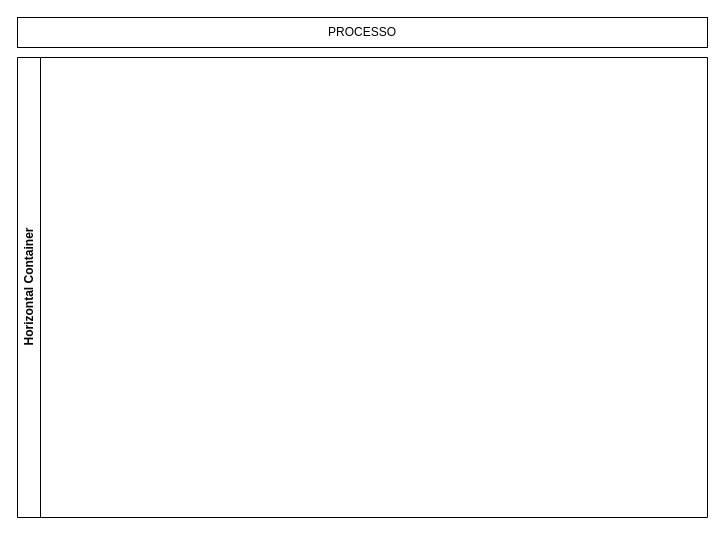
The draw.io diagram template.drawio in Karennc0/XMOBOTS, before the edit. Source tidied: cells renumbered, new cells numbered last; positions are measured from the earlier drawing's top-left corner, leaving out a move shared by most shapes. Both pictures are drawn from the tidied source at 100%, with x=0, y=0 at pixel (17, 17).
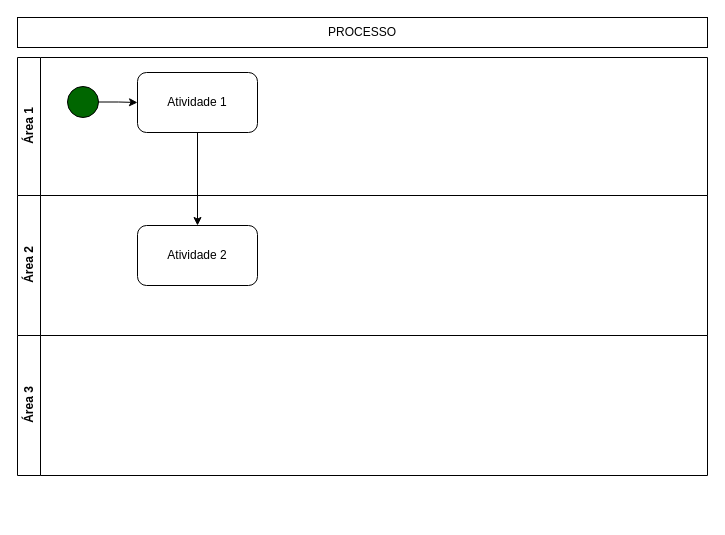
After the change.

The edit, as a diff of the source:
```diff
@@
 <mxGraphModel>
   <root>
     <mxCell id="0" />
     <mxCell id="1" parent="0" />
-    <mxCell id="2" value="Horizontal Container" style="swimlane;horizontal=0;whiteSpace=wrap;html=1;" parent="1" vertex="1">
-      <mxGeometry y="40" width="690" height="460" as="geometry" />
+    <mxCell id="2" value="Área 1" style="swimlane;horizontal=0;whiteSpace=wrap;html=1;" parent="1" vertex="1">
+      <mxGeometry y="40" width="690" height="138" as="geometry" />
     </mxCell>
+    <mxCell id="4" style="edgeStyle=orthogonalEdgeStyle;rounded=0;jettySize=auto;html=1;entryX=0;entryY=0.5;entryDx=0;entryDy=0;" parent="2" edge="1" source="5" target="6">
+      <mxGeometry relative="1" as="geometry" />
+    </mxCell>
+    <mxCell id="5" style="ellipse;whiteSpace=wrap;html=1;fillColor=#006600;" parent="2" vertex="1">
+      <mxGeometry x="50" y="29" width="31" height="31" as="geometry" />
+    </mxCell>
+    <mxCell id="6" value="Atividade 1" style="rounded=1;whiteSpace=wrap;html=1;" parent="2" vertex="1">
+      <mxGeometry x="120" y="15" width="120" height="60" as="geometry" />
+    </mxCell>
     <mxCell id="3" value="PROCESSO" style="rounded=0;whiteSpace=wrap;html=1;" parent="1" vertex="1">
       <mxGeometry width="690" height="30" as="geometry" />
     </mxCell>
+    <mxCell id="7" value="Área 2" style="swimlane;horizontal=0;whiteSpace=wrap;html=1;" parent="1" vertex="1">
+      <mxGeometry y="178" width="690" height="140" as="geometry" />
+    </mxCell>
+    <mxCell id="8" value="Atividade 2" style="whiteSpace=wrap;html=1;rounded=1;" parent="7" vertex="1">
+      <mxGeometry x="120" y="30" width="120" height="60" as="geometry" />
+    </mxCell>
+    <mxCell id="9" value="Área 3" style="swimlane;horizontal=0;whiteSpace=wrap;html=1;" parent="1" vertex="1">
+      <mxGeometry y="318" width="690" height="140" as="geometry" />
+    </mxCell>
+    <mxCell id="10" style="edgeStyle=orthogonalEdgeStyle;rounded=0;jettySize=auto;html=1;" parent="1" edge="1" source="6" target="8">
+      <mxGeometry relative="1" as="geometry" />
+    </mxCell>
   </root>
 </mxGraphModel>
```
